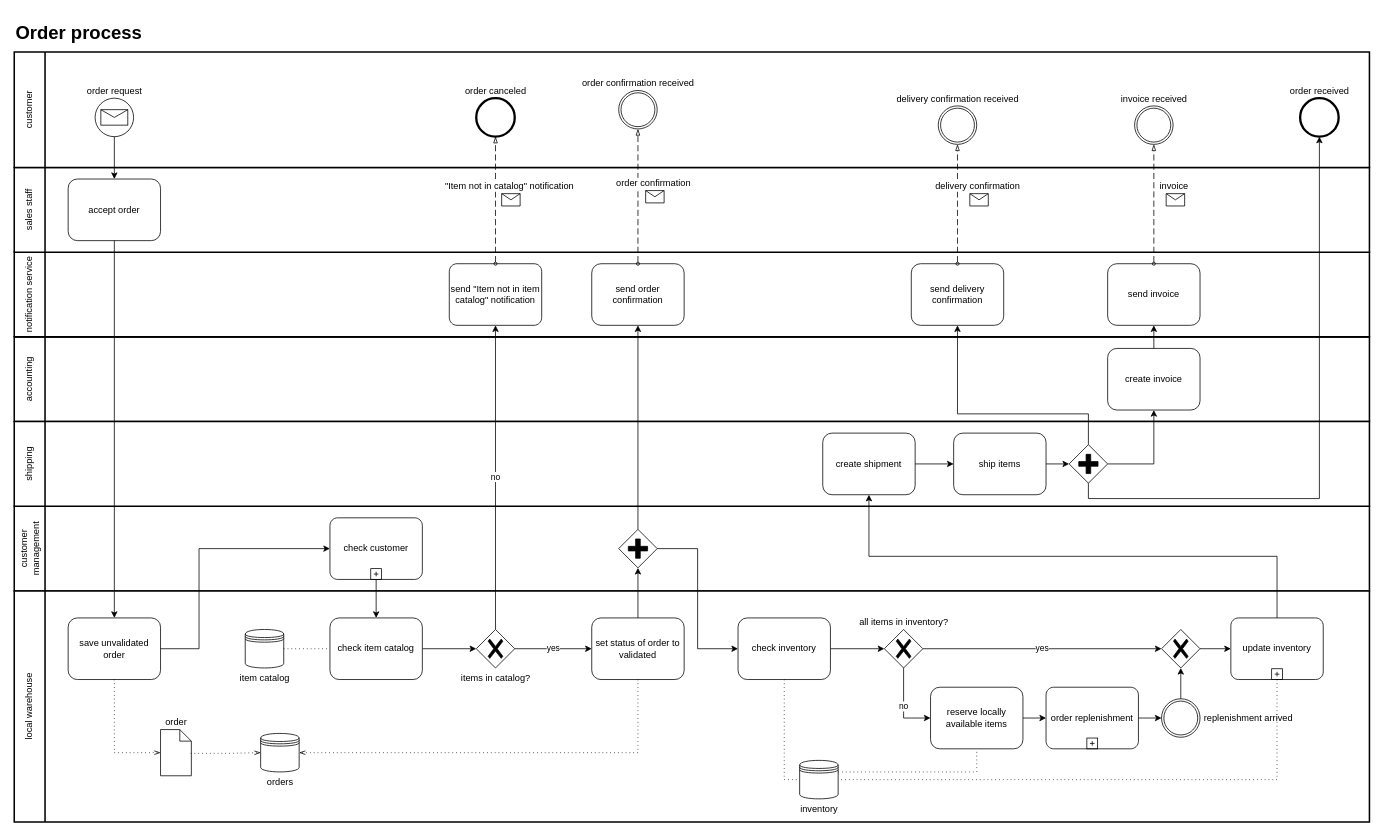
The draw.io diagram documentation/src/docs/asciidoc/diagrams/order_process_bpmn.drawio in davidohnee/swda, before the edit. Source tidied: cells renumbered, new cells numbered last; positions are measured from the earlier drawing's top-left corner, leaving out a move shared by most shapes. Both pictures are drawn from the tidied source at 77%, with x=0, y=0 at pixel (14, 13).
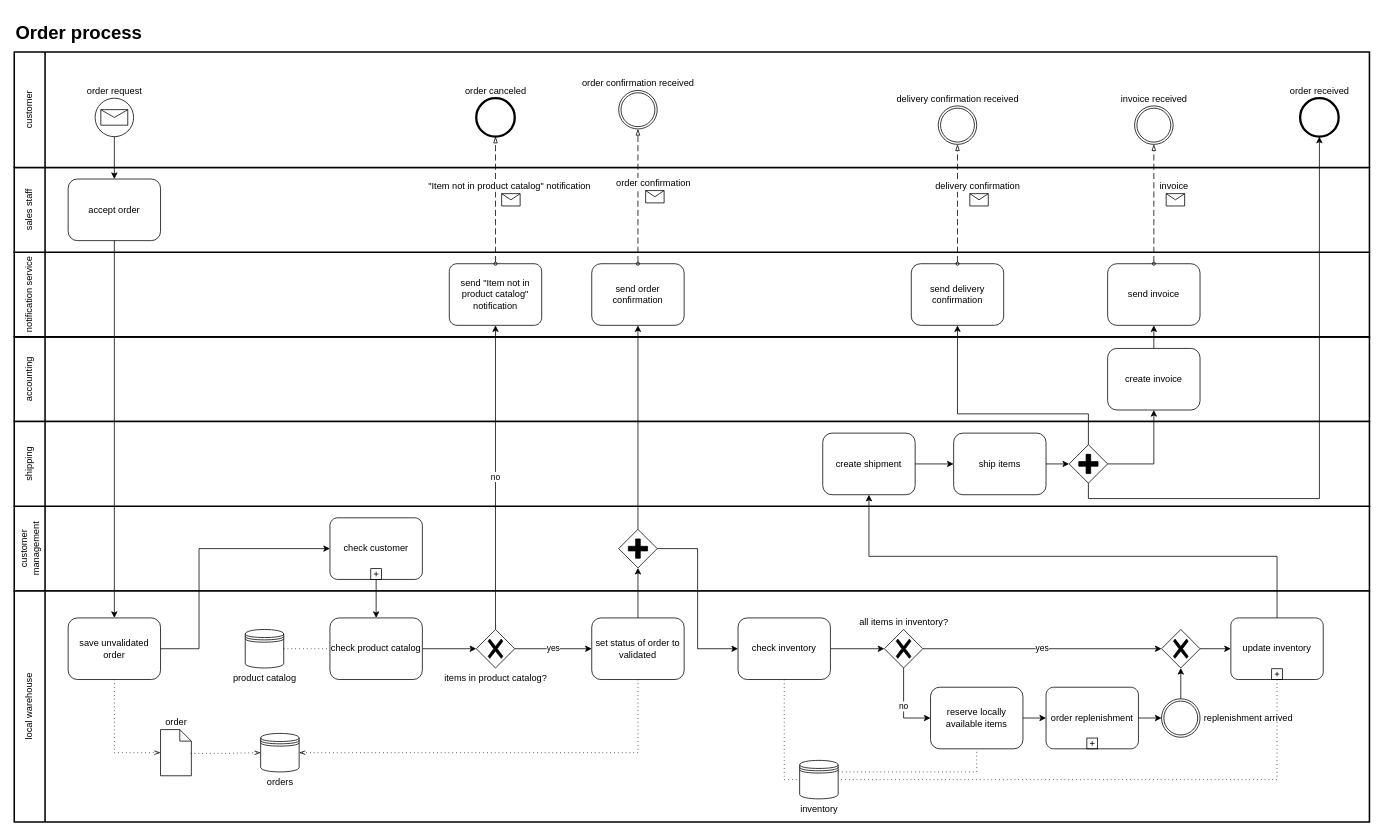
After the change.

Commit message (it also covers changes not shown here):
update naming in order process bpmn

Unchanged cells that the change refers to:
```xml
<mxCell id="13" value="notification service" style="swimlane;html=1;startSize=40;fontStyle=0;horizontal=0;swimlaneLine=1;swimlaneFillColor=#ffffff;strokeWidth=2;whiteSpace=wrap;" parent="1" vertex="1">
  <mxGeometry y="310" width="1760" height="110" as="geometry" />
</mxCell>
<mxCell id="18" value="local warehouse" style="swimlane;html=1;startSize=40;fontStyle=0;horizontal=0;swimlaneLine=1;swimlaneFillColor=#ffffff;strokeWidth=2;whiteSpace=wrap;" parent="1" vertex="1">
  <mxGeometry y="750" width="1760" height="300" as="geometry" />
</mxCell>
<mxCell id="63" style="endArrow=blockThin;html=1;labelPosition=left;verticalLabelPosition=middle;align=right;verticalAlign=middle;dashed=1;dashPattern=8 4;endFill=0;startArrow=oval;startFill=0;endSize=6;startSize=4;rounded=0;entryX=0.5;entryY=1;entryDx=0;entryDy=0;entryPerimeter=0;exitX=0.5;exitY=0;exitDx=0;exitDy=0;exitPerimeter=0;" parent="1" edge="1" source="14" target="57">
  <mxGeometry relative="1" as="geometry" />
</mxCell>
```

The edit, as a diff of the source:
```diff
@@
-    <mxCell id="14" value="send &quot;Item not in item catalog&quot; notification" style="points=[[0.25,0,0],[0.5,0,0],[0.75,0,0],[1,0.25,0],[1,0.5,0],[1,0.75,0],[0.75,1,0],[0.5,1,0],[0.25,1,0],[0,0.75,0],[0,0.5,0],[0,0.25,0]];shape=mxgraph.bpmn.task;whiteSpace=wrap;rectStyle=rounded;size=10;html=1;taskMarker=abstract;" parent="13" vertex="1">
+    <mxCell id="14" value="send &quot;Item not in product catalog&quot; notification" style="points=[[0.25,0,0],[0.5,0,0],[0.75,0,0],[1,0.25,0],[1,0.5,0],[1,0.75,0],[0.75,1,0],[0.5,1,0],[0.25,1,0],[0,0.75,0],[0,0.5,0],[0,0.25,0]];shape=mxgraph.bpmn.task;whiteSpace=wrap;rectStyle=rounded;size=10;html=1;taskMarker=abstract;" parent="13" vertex="1">
       <mxGeometry x="565" y="15" width="120" height="80" as="geometry" />
     </mxCell>
@@
-    <mxCell id="23" value="check item catalog" style="shape=ext;rounded=1;html=1;whiteSpace=wrap;" parent="18" vertex="1">
+    <mxCell id="23" value="check product catalog" style="shape=ext;rounded=1;html=1;whiteSpace=wrap;" parent="18" vertex="1">
       <mxGeometry x="410" y="35" width="120" height="80" as="geometry" />
     </mxCell>
-    <mxCell id="24" value="item catalog" style="shape=datastore;html=1;labelPosition=center;verticalLabelPosition=bottom;align=center;verticalAlign=top;" parent="18" vertex="1">
+    <mxCell id="24" value="product catalog" style="shape=datastore;html=1;labelPosition=center;verticalLabelPosition=bottom;align=center;verticalAlign=top;" parent="18" vertex="1">
       <mxGeometry x="300" y="50" width="50" height="50" as="geometry" />
     </mxCell>
@@
-    <mxCell id="26" value="items in catalog?" style="points=[[0.25,0.25,0],[0.5,0,0],[0.75,0.25,0],[1,0.5,0],[0.75,0.75,0],[0.5,1,0],[0.25,0.75,0],[0,0.5,0]];shape=mxgraph.bpmn.gateway2;html=1;verticalLabelPosition=bottom;labelBackgroundColor=#ffffff;verticalAlign=top;align=center;perimeter=rhombusPerimeter;outlineConnect=0;outline=none;symbol=none;gwType=exclusive;labelPosition=center;" parent="18" vertex="1">
+    <mxCell id="26" value="items in product catalog?" style="points=[[0.25,0.25,0],[0.5,0,0],[0.75,0.25,0],[1,0.5,0],[0.75,0.75,0],[0.5,1,0],[0.25,0.75,0],[0,0.5,0]];shape=mxgraph.bpmn.gateway2;html=1;verticalLabelPosition=bottom;labelBackgroundColor=#ffffff;verticalAlign=top;align=center;perimeter=rhombusPerimeter;outlineConnect=0;outline=none;symbol=none;gwType=exclusive;labelPosition=center;" parent="18" vertex="1">
       <mxGeometry x="600" y="50" width="50" height="50" as="geometry" />
     </mxCell>
@@
-    <mxCell id="64" value="&quot;Item not in catalog&quot; notification" style="shape=message;html=1;labelPosition=center;verticalLabelPosition=top;align=center;verticalAlign=bottom;spacingRight=5;labelBackgroundColor=#ffffff;" parent="63" vertex="1">
+    <mxCell id="64" value="&quot;Item not in product catalog&quot; notification" style="shape=message;html=1;labelPosition=center;verticalLabelPosition=top;align=center;verticalAlign=bottom;spacingRight=5;labelBackgroundColor=#ffffff;" parent="63" vertex="1">
       <mxGeometry width="24" height="16" relative="1" as="geometry">
         <mxPoint x="8" y="-8" as="offset" />
       </mxGeometry>
     </mxCell>
```
